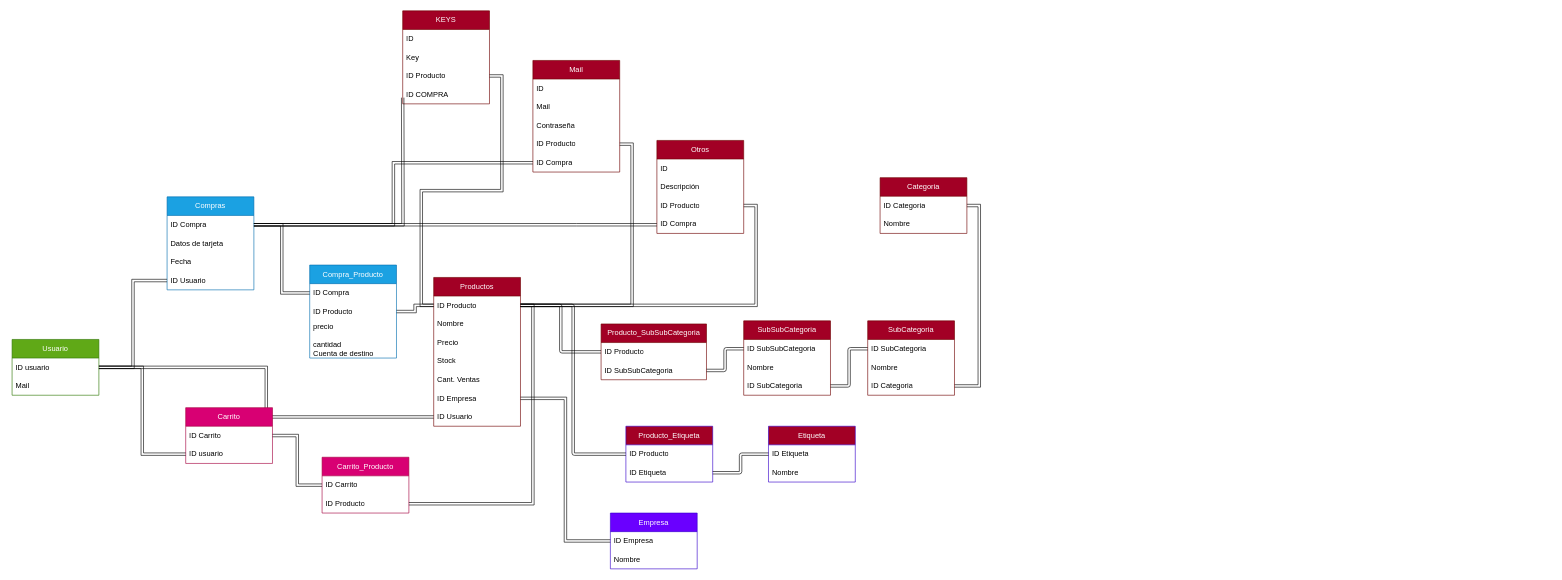
CodeSystem2022/X-FORCE_Cuarto_Semestre keeps this draw.io diagram as Proyecto_E-Commerse/Diagrams/ultimodiagrama.drawio. Above is the earlier version. Source tidied: cells renumbered, new cells numbered last; positions are measured from the earlier drawing's top-left corner, leaving out a move shared by most shapes. Both pictures are drawn from the tidied source at 62%, with x=0, y=0 at pixel (12, 11).
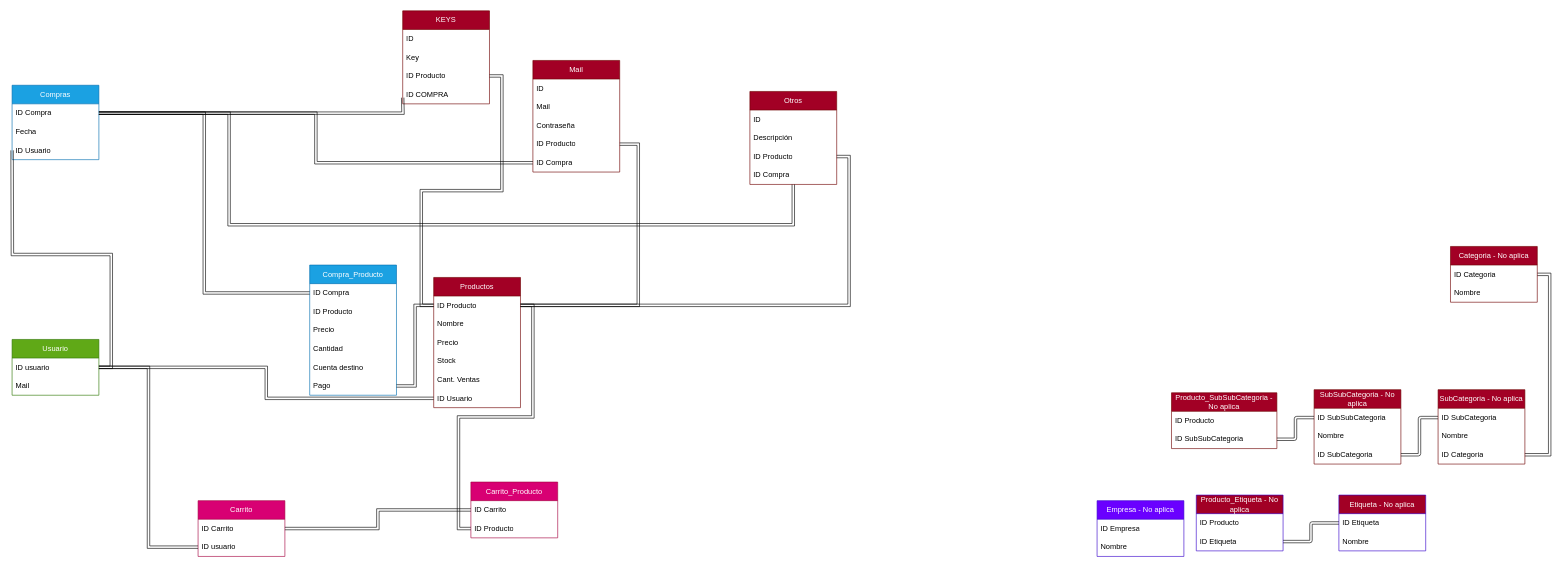
The same diagram, later.

Unchanged cells that the change refers to:
```xml
<mxCell id="3" value="ID usuario" style="text;strokeColor=none;fillColor=none;align=left;verticalAlign=middle;spacingLeft=4;spacingRight=4;overflow=hidden;points=[[0,0.5],[1,0.5]];portConstraint=eastwest;whiteSpace=wrap;html=1;" parent="2" vertex="1">
  <mxGeometry y="30" width="140" height="30" as="geometry" />
</mxCell>
<mxCell id="6" value="ID Compra" style="text;strokeColor=none;fillColor=none;align=left;verticalAlign=middle;spacingLeft=4;spacingRight=4;overflow=hidden;points=[[0,0.5],[1,0.5]];portConstraint=eastwest;whiteSpace=wrap;html=1;" parent="5" vertex="1">
  <mxGeometry y="30" width="140" height="30" as="geometry" />
</mxCell>
<mxCell id="11" value="ID Producto" style="text;strokeColor=none;fillColor=none;align=left;verticalAlign=middle;spacingLeft=4;spacingRight=4;overflow=hidden;points=[[0,0.5],[1,0.5]];portConstraint=eastwest;whiteSpace=wrap;html=1;" parent="10" vertex="1">
  <mxGeometry y="30" width="140" height="30" as="geometry" />
</mxCell>
<mxCell id="44" value="ID Empresa" style="text;strokeColor=none;fillColor=none;align=left;verticalAlign=middle;spacingLeft=4;spacingRight=4;overflow=hidden;points=[[0,0.5],[1,0.5]];portConstraint=eastwest;whiteSpace=wrap;html=1;" parent="43" vertex="1">
  <mxGeometry y="30" width="140" height="30" as="geometry" />
</mxCell>
<mxCell id="51" value="ID Producto" style="text;strokeColor=none;fillColor=none;align=left;verticalAlign=middle;spacingLeft=4;spacingRight=4;overflow=hidden;points=[[0,0.5],[1,0.5]];portConstraint=eastwest;whiteSpace=wrap;html=1;" parent="47" vertex="1">
  <mxGeometry y="120" width="140" height="30" as="geometry" />
</mxCell>
<mxCell id="57" value="ID Compra" style="text;strokeColor=none;fillColor=none;align=left;verticalAlign=middle;spacingLeft=4;spacingRight=4;overflow=hidden;points=[[0,0.5],[1,0.5]];portConstraint=eastwest;whiteSpace=wrap;html=1;" parent="53" vertex="1">
  <mxGeometry y="120" width="140" height="30" as="geometry" />
</mxCell>
<mxCell id="75" value="ID Producto" style="text;strokeColor=none;fillColor=none;align=left;verticalAlign=middle;spacingLeft=4;spacingRight=4;overflow=hidden;points=[[0,0.5],[1,0.5]];portConstraint=eastwest;whiteSpace=wrap;html=1;" parent="74" vertex="1">
  <mxGeometry y="30" width="170" height="30" as="geometry" />
</mxCell>
<mxCell id="83" value="ID Producto" style="text;strokeColor=none;fillColor=none;align=left;verticalAlign=middle;spacingLeft=4;spacingRight=4;overflow=hidden;points=[[0,0.5],[1,0.5]];portConstraint=eastwest;whiteSpace=wrap;html=1;" parent="82" vertex="1">
  <mxGeometry y="30" width="140" height="30" as="geometry" />
</mxCell>
```

What changed in the source:
```diff
@@
     <mxCell id="5" value="Compras" style="swimlane;fontStyle=0;horizontal=1;startSize=30;whiteSpace=wrap;html=1;fillColor=#1ba1e2;fontColor=#ffffff;strokeColor=#006EAF;" parent="1" vertex="1">
-      <mxGeometry x="250" y="300" width="140" height="150" as="geometry" />
+      <mxGeometry y="120" width="140" height="120" as="geometry" />
     </mxCell>
@@
-    <mxCell id="7" value="Datos de tarjeta" style="text;strokeColor=none;fillColor=none;align=left;verticalAlign=middle;spacingLeft=4;spacingRight=4;overflow=hidden;whiteSpace=wrap;html=1;" parent="5" vertex="1">
-      <mxGeometry y="60" width="140" height="30" as="geometry" />
-    </mxCell>
     <mxCell id="8" value="Fecha" style="text;strokeColor=none;fillColor=none;align=left;verticalAlign=middle;spacingLeft=4;spacingRight=4;overflow=hidden;whiteSpace=wrap;html=1;" parent="5" vertex="1">
-      <mxGeometry y="90" width="140" height="30" as="geometry" />
+      <mxGeometry y="60" width="140" height="30" as="geometry" />
     </mxCell>
-    <mxCell id="9" value="ID Usuario" style="text;strokeColor=none;fillColor=none;align=left;verticalAlign=middle;spacingLeft=4;spacingRight=4;overflow=hidden;points=[[0,0.5],[1,0.5]];portConstraint=eastwest;whiteSpace=wrap;html=1;" parent="5" vertex="1">
-      <mxGeometry y="120" width="140" height="30" as="geometry" />
-    </mxCell>
+    <mxCell id="86" value="ID Usuario" style="text;strokeColor=none;fillColor=none;align=left;verticalAlign=middle;spacingLeft=4;spacingRight=4;overflow=hidden;whiteSpace=wrap;html=1;" parent="5" vertex="1">
+      <mxGeometry y="90" width="140" height="30" as="geometry" />
+    </mxCell>
     <mxCell id="10" value="Productos" style="swimlane;fontStyle=0;horizontal=1;startSize=30;whiteSpace=wrap;html=1;fillColor=#a20025;fontColor=#ffffff;strokeColor=#6F0000;" parent="1" vertex="1">
-      <mxGeometry x="680" y="430" width="140" height="240" as="geometry" />
+      <mxGeometry x="680" y="430" width="140" height="210" as="geometry" />
     </mxCell>
@@
-    <mxCell id="16" value="ID Empresa" style="text;strokeColor=none;fillColor=none;align=left;verticalAlign=middle;spacingLeft=4;spacingRight=4;overflow=hidden;points=[[0,0.5],[1,0.5]];portConstraint=eastwest;whiteSpace=wrap;html=1;" parent="10" vertex="1">
-      <mxGeometry y="180" width="140" height="30" as="geometry" />
-    </mxCell>
     <mxCell id="17" value="ID Usuario" style="text;strokeColor=none;fillColor=none;align=left;verticalAlign=middle;spacingLeft=4;spacingRight=4;overflow=hidden;points=[[0,0.5],[1,0.5]];portConstraint=eastwest;whiteSpace=wrap;html=1;" parent="10" vertex="1">
-      <mxGeometry y="210" width="140" height="30" as="geometry" />
+      <mxGeometry y="180" width="140" height="30" as="geometry" />
     </mxCell>
-    <mxCell id="18" style="edgeStyle=orthogonalEdgeStyle;rounded=0;jettySize=auto;html=1;entryX=0;entryY=0.5;entryDx=0;entryDy=0;exitX=1;exitY=0.5;exitDx=0;exitDy=0;shape=link;" parent="1" edge="1" source="3" target="9">
-      <mxGeometry relative="1" as="geometry" />
+    <mxCell id="18" style="edgeStyle=orthogonalEdgeStyle;rounded=0;jettySize=auto;html=1;entryX=0;entryY=0.5;entryDx=0;entryDy=0;exitX=1;exitY=0.5;exitDx=0;exitDy=0;shape=link;" parent="1" edge="1" source="3">
+      <mxGeometry relative="1" as="geometry">
+        <mxPoint y="225" as="targetPoint" />
+      </mxGeometry>
     </mxCell>
     <mxCell id="19" value="Compra_Producto" style="swimlane;fontStyle=0;horizontal=1;startSize=30;whiteSpace=wrap;html=1;fillColor=#1ba1e2;fontColor=#ffffff;strokeColor=#006EAF;" parent="1" vertex="1">
-      <mxGeometry x="480" y="410" width="140" height="150" as="geometry" />
+      <mxGeometry x="480" y="410" width="140" height="210" as="geometry" />
     </mxCell>
@@
+    <mxCell id="87" value="ID Producto" style="text;strokeColor=none;fillColor=none;align=left;verticalAlign=middle;spacingLeft=4;spacingRight=4;overflow=hidden;whiteSpace=wrap;html=1;" parent="19" vertex="1">
+      <mxGeometry y="60" width="140" height="30" as="geometry" />
+    </mxCell>
+    <mxCell id="88" value="Precio" style="text;strokeColor=none;fillColor=none;align=left;verticalAlign=middle;spacingLeft=4;spacingRight=4;overflow=hidden;whiteSpace=wrap;html=1;" parent="19" vertex="1">
+      <mxGeometry y="90" width="140" height="30" as="geometry" />
+    </mxCell>
+    <mxCell id="89" value="Cantidad" style="text;strokeColor=none;fillColor=none;align=left;verticalAlign=middle;spacingLeft=4;spacingRight=4;overflow=hidden;whiteSpace=wrap;html=1;" parent="19" vertex="1">
+      <mxGeometry y="120" width="140" height="30" as="geometry" />
+    </mxCell>
+    <mxCell id="90" value="Cuenta destino" style="text;strokeColor=none;fillColor=none;align=left;verticalAlign=middle;spacingLeft=4;spacingRight=4;overflow=hidden;whiteSpace=wrap;html=1;" parent="19" vertex="1">
+      <mxGeometry y="150" width="140" height="30" as="geometry" />
+    </mxCell>
-    <mxCell id="21" value="ID Producto" style="text;strokeColor=none;fillColor=none;align=left;verticalAlign=middle;spacingLeft=4;spacingRight=4;overflow=hidden;points=[[0,0.5],[1,0.5]];portConstraint=eastwest;whiteSpace=wrap;html=1;" parent="19" vertex="1">
-      <mxGeometry y="60" width="140" height="30" as="geometry" />
+    <mxCell id="21" value="Pago" style="text;strokeColor=none;fillColor=none;align=left;verticalAlign=middle;spacingLeft=4;spacingRight=4;overflow=hidden;points=[[0,0.5],[1,0.5]];portConstraint=eastwest;whiteSpace=wrap;html=1;" parent="19" vertex="1">
+      <mxGeometry y="180" width="140" height="30" as="geometry" />
     </mxCell>
-    <mxCell id="22" value="precio&lt;br&gt;&lt;br&gt;cantidad&lt;br&gt;Cuenta de destino" style="text;strokeColor=none;fillColor=none;align=left;verticalAlign=middle;spacingLeft=4;spacingRight=4;overflow=hidden;whiteSpace=wrap;html=1;" parent="19" vertex="1">
-      <mxGeometry y="90" width="140" height="60" as="geometry" />
-    </mxCell>
@@
     <mxCell id="26" value="Carrito" style="swimlane;fontStyle=0;horizontal=1;startSize=30;whiteSpace=wrap;html=1;fillColor=#d80073;fontColor=#ffffff;strokeColor=#A50040;" parent="1" vertex="1">
-      <mxGeometry x="280" y="640" width="140" height="90" as="geometry" />
+      <mxGeometry x="300" y="790" width="140" height="90" as="geometry" />
     </mxCell>
@@
     <mxCell id="30" value="Carrito_Producto" style="swimlane;fontStyle=0;horizontal=1;startSize=30;whiteSpace=wrap;html=1;fillColor=#d80073;fontColor=#ffffff;strokeColor=#A50040;" parent="1" vertex="1">
-      <mxGeometry x="500" y="720" width="140" height="90" as="geometry" />
+      <mxGeometry x="740" y="760" width="140" height="90" as="geometry" />
     </mxCell>
@@
-    <mxCell id="36" value="Categoria" style="swimlane;fontStyle=0;horizontal=1;startSize=30;whiteSpace=wrap;html=1;fillColor=#a20025;fontColor=#ffffff;strokeColor=#6F0000;" parent="1" vertex="1">
-      <mxGeometry x="1400" y="269" width="140" height="90" as="geometry" />
+    <mxCell id="36" value="Categoria - No aplica" style="swimlane;fontStyle=0;horizontal=1;startSize=30;whiteSpace=wrap;html=1;fillColor=#a20025;fontColor=#ffffff;strokeColor=#6F0000;" parent="1" vertex="1">
+      <mxGeometry x="2320" y="380" width="140" height="90" as="geometry" />
     </mxCell>
@@
-    <mxCell id="39" value="SubCategoria" style="swimlane;fontStyle=0;horizontal=1;startSize=30;whiteSpace=wrap;html=1;fillColor=#a20025;fontColor=#ffffff;strokeColor=#6F0000;" parent="1" vertex="1">
-      <mxGeometry x="1380" y="500" width="140" height="120" as="geometry" />
+    <mxCell id="39" value="SubCategoria - No aplica" style="swimlane;fontStyle=0;horizontal=1;startSize=30;whiteSpace=wrap;html=1;fillColor=#a20025;fontColor=#ffffff;strokeColor=#6F0000;" parent="1" vertex="1">
+      <mxGeometry x="2300" y="611" width="140" height="120" as="geometry" />
     </mxCell>
@@
-    <mxCell id="43" value="Empresa" style="swimlane;fontStyle=0;horizontal=1;startSize=30;whiteSpace=wrap;html=1;fillColor=#6a00ff;fontColor=#ffffff;strokeColor=#3700CC;" parent="1" vertex="1">
-      <mxGeometry x="965" y="810" width="140" height="90" as="geometry" />
+    <mxCell id="43" value="Empresa - No aplica" style="swimlane;fontStyle=0;horizontal=1;startSize=30;whiteSpace=wrap;html=1;fillColor=#6a00ff;fontColor=#ffffff;strokeColor=#3700CC;" parent="1" vertex="1">
+      <mxGeometry x="1750" y="790" width="140" height="90" as="geometry" />
     </mxCell>
@@
-    <mxCell id="46" style="edgeStyle=orthogonalEdgeStyle;rounded=0;jettySize=auto;html=1;exitX=0;exitY=0.5;exitDx=0;exitDy=0;entryX=1;entryY=0.5;entryDx=0;entryDy=0;shape=link;" parent="1" edge="1" source="44" target="16">
-      <mxGeometry relative="1" as="geometry" />
-    </mxCell>
@@
     <mxCell id="53" value="Otros" style="swimlane;fontStyle=0;horizontal=1;startSize=30;whiteSpace=wrap;html=1;fillColor=#a20025;fontColor=#ffffff;strokeColor=#6F0000;" parent="1" vertex="1">
-      <mxGeometry x="1040" y="209" width="140" height="150" as="geometry" />
+      <mxGeometry x="1190" y="130" width="140" height="150" as="geometry" />
     </mxCell>
@@
     <mxCell id="64" style="edgeStyle=orthogonalEdgeStyle;rounded=0;jettySize=auto;html=1;entryX=1;entryY=0.5;entryDx=0;entryDy=0;shape=link;" parent="1" edge="1" source="11" target="51">
-      <mxGeometry relative="1" as="geometry" />
+      <mxGeometry relative="1" as="geometry">
+        <Array as="points">
+          <mxPoint x="1010" y="475" />
+          <mxPoint x="1010" y="215" />
+        </Array>
+      </mxGeometry>
     </mxCell>
@@
-    <mxCell id="68" style="edgeStyle=orthogonalEdgeStyle;rounded=0;jettySize=auto;html=1;shape=link;" parent="1" edge="1" source="6" target="57">
+    <mxCell id="68" style="edgeStyle=orthogonalEdgeStyle;rounded=0;jettySize=auto;html=1;shape=link;exitX=1;exitY=0.5;exitDx=0;exitDy=0;" parent="1" edge="1" source="6" target="57">
       <mxGeometry relative="1" as="geometry">
         <Array as="points">
-          <mxPoint x="910" y="345" />
-          <mxPoint x="910" y="345" />
+          <mxPoint x="350" y="345" />
+          <mxPoint x="1260" y="345" />
         </Array>
       </mxGeometry>
     </mxCell>
-    <mxCell id="69" value="SubSubCategoria" style="swimlane;fontStyle=0;horizontal=1;startSize=30;whiteSpace=wrap;html=1;fillColor=#a20025;fontColor=#ffffff;strokeColor=#6F0000;" parent="1" vertex="1">
-      <mxGeometry x="1180" y="500" width="140" height="120" as="geometry" />
+    <mxCell id="69" value="SubSubCategoria - No aplica" style="swimlane;fontStyle=0;horizontal=1;startSize=30;whiteSpace=wrap;html=1;fillColor=#a20025;fontColor=#ffffff;strokeColor=#6F0000;" parent="1" vertex="1">
+      <mxGeometry x="2100" y="611" width="140" height="120" as="geometry" />
     </mxCell>
@@
-    <mxCell id="74" value="Producto_SubSubCategoria" style="swimlane;fontStyle=0;horizontal=1;startSize=30;whiteSpace=wrap;html=1;fillColor=#a20025;fontColor=#ffffff;strokeColor=#6F0000;" parent="1" vertex="1">
-      <mxGeometry x="950" y="505" width="170" height="90" as="geometry" />
+    <mxCell id="74" value="Producto_SubSubCategoria - No aplica" style="swimlane;fontStyle=0;horizontal=1;startSize=30;whiteSpace=wrap;html=1;fillColor=#a20025;fontColor=#ffffff;strokeColor=#6F0000;" parent="1" vertex="1">
+      <mxGeometry x="1870" y="616" width="170" height="90" as="geometry" />
     </mxCell>
@@
-    <mxCell id="78" style="edgeStyle=orthogonalEdgeStyle;html=1;entryX=0;entryY=0.5;entryDx=0;entryDy=0;shape=link;" parent="1" edge="1" source="11" target="75">
-      <mxGeometry relative="1" as="geometry" />
-    </mxCell>
-    <mxCell id="79" value="Etiqueta" style="swimlane;fontStyle=0;horizontal=1;startSize=30;whiteSpace=wrap;html=1;fillColor=#A20025;fontColor=#ffffff;strokeColor=#3700CC;" parent="1" vertex="1">
-      <mxGeometry x="1220" y="670" width="140" height="90" as="geometry" />
+    <mxCell id="79" value="Etiqueta - No aplica" style="swimlane;fontStyle=0;horizontal=1;startSize=30;whiteSpace=wrap;html=1;fillColor=#A20025;fontColor=#ffffff;strokeColor=#3700CC;" parent="1" vertex="1">
+      <mxGeometry x="2140" y="781" width="140" height="90" as="geometry" />
     </mxCell>
@@
-    <mxCell id="82" value="Producto_Etiqueta" style="swimlane;fontStyle=0;horizontal=1;startSize=30;whiteSpace=wrap;html=1;fillColor=#A20025;fontColor=#ffffff;strokeColor=#3700CC;" parent="1" vertex="1">
-      <mxGeometry x="990" y="670" width="140" height="90" as="geometry" />
+    <mxCell id="82" value="Producto_Etiqueta - No aplica" style="swimlane;fontStyle=0;horizontal=1;startSize=30;whiteSpace=wrap;html=1;fillColor=#A20025;fontColor=#ffffff;strokeColor=#3700CC;" parent="1" vertex="1">
+      <mxGeometry x="1910" y="781" width="140" height="90" as="geometry" />
     </mxCell>
@@
-    <mxCell id="86" style="edgeStyle=orthogonalEdgeStyle;shape=link;html=1;entryX=1;entryY=0.5;entryDx=0;entryDy=0;" parent="1" edge="1" source="83" target="11">
-      <mxGeometry relative="1" as="geometry" />
-    </mxCell>
```
